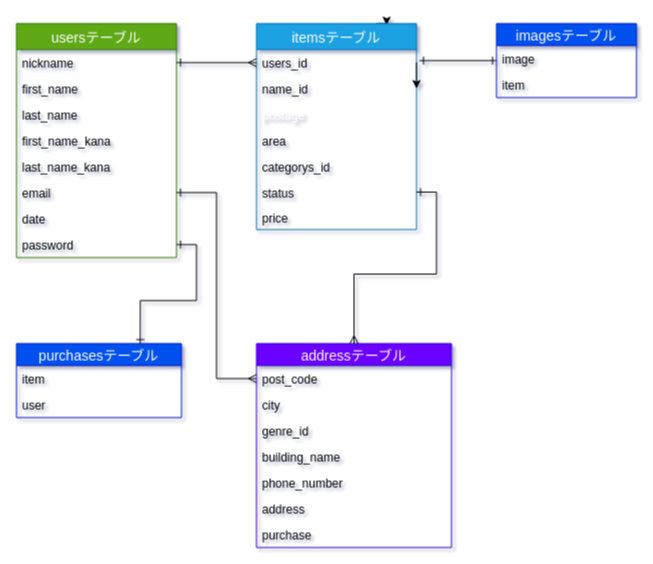
This is app/memo.dio from tomoyasuito/furima_28795, a draw.io file, before an edit. Source tidied: cells renumbered, new cells numbered last; positions are measured from the earlier drawing's top-left corner, leaving out a move shared by most shapes. Both pictures are drawn from the tidied source at 100%, with x=0, y=0 at pixel (16, 23).
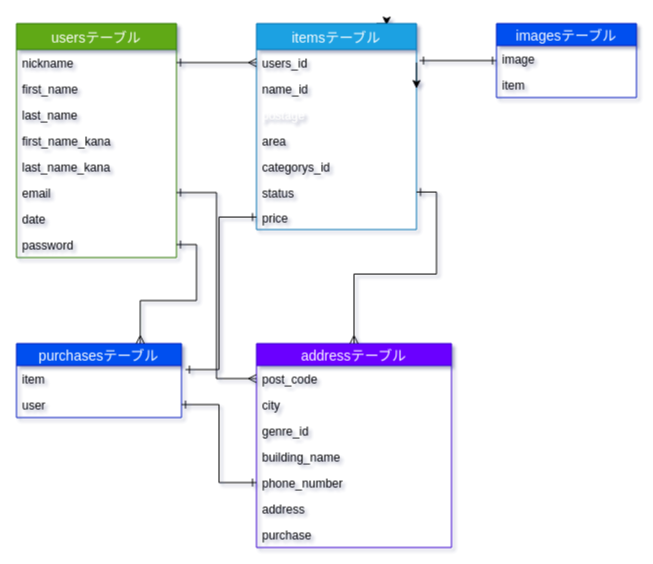
The same page after the edit.

The change refers to these unchanged cells:
```xml
<mxCell id="10" value="password" style="text;strokeColor=none;fillColor=none;spacingLeft=4;spacingRight=4;overflow=hidden;points=[[0,0.5],[1,0.5]];portConstraint=eastwest;fontSize=12;" parent="2" vertex="1">
  <mxGeometry y="208" width="160" height="26" as="geometry" />
</mxCell>
<mxCell id="20" value="price" style="text;strokeColor=none;fillColor=none;spacingLeft=4;spacingRight=4;overflow=hidden;points=[[0,0.5],[1,0.5]];portConstraint=eastwest;fontSize=12;" parent="12" vertex="1">
  <mxGeometry y="181" width="160" height="25" as="geometry" />
</mxCell>
<mxCell id="25" value="purchasesテーブル" style="swimlane;fontStyle=0;horizontal=1;startSize=22;align=center;fontSize=14;fillColor=#0050ef;strokeColor=#001DBC;fontColor=#ffffff;" parent="1" vertex="1">
  <mxGeometry y="320" width="165" height="74" as="geometry" />
</mxCell>
<mxCell id="26" value="item" style="text;strokeColor=none;fillColor=none;spacingLeft=4;spacingRight=4;overflow=hidden;points=[[0,0.5],[1,0.5]];portConstraint=eastwest;fontSize=12;" parent="25" vertex="1">
  <mxGeometry y="22" width="165" height="26" as="geometry" />
</mxCell>
<mxCell id="27" value="user" style="text;strokeColor=none;fillColor=none;spacingLeft=4;spacingRight=4;overflow=hidden;points=[[0,0.5],[1,0.5]];portConstraint=eastwest;fontSize=12;" parent="25" vertex="1">
  <mxGeometry y="48" width="165" height="26" as="geometry" />
</mxCell>
<mxCell id="33" value="phone_number" style="text;strokeColor=none;fillColor=none;spacingLeft=4;spacingRight=4;overflow=hidden;points=[[0,0.5],[1,0.5]];portConstraint=eastwest;fontSize=12;" parent="28" vertex="1">
  <mxGeometry y="126" width="195" height="26" as="geometry" />
</mxCell>
```

Change to the diagram source:
```diff
@@
-    <mxCell id="38" style="edgeStyle=orthogonalEdgeStyle;rounded=0;jettySize=auto;html=1;exitX=1;exitY=0.5;exitDx=0;exitDy=0;entryX=0.75;entryY=0;entryDx=0;entryDy=0;startArrow=ERone;startFill=0;endArrow=ERone;endFill=0;" parent="1" edge="1" source="10" target="25">
+    <mxCell id="38" style="edgeStyle=orthogonalEdgeStyle;rounded=0;jettySize=auto;html=1;exitX=1;exitY=0.5;exitDx=0;exitDy=0;entryX=0.75;entryY=0;entryDx=0;entryDy=0;startArrow=ERone;startFill=0;endArrow=ERmany;endFill=0;" parent="1" edge="1" source="10" target="25">
       <mxGeometry relative="1" as="geometry" />
     </mxCell>
@@
+    <mxCell id="40" style="edgeStyle=orthogonalEdgeStyle;rounded=0;jettySize=auto;html=1;exitX=0;exitY=0.5;exitDx=0;exitDy=0;entryX=1.024;entryY=0.154;entryDx=0;entryDy=0;entryPerimeter=0;endArrow=ERone;endFill=0;startArrow=ERone;startFill=0;" parent="1" edge="1" source="20" target="26">
+      <mxGeometry relative="1" as="geometry" />
+    </mxCell>
+    <mxCell id="41" style="edgeStyle=orthogonalEdgeStyle;rounded=0;jettySize=auto;html=1;exitX=0;exitY=0.5;exitDx=0;exitDy=0;startArrow=ERone;startFill=0;endArrow=ERone;endFill=0;" parent="1" edge="1" source="33" target="27">
+      <mxGeometry relative="1" as="geometry" />
+    </mxCell>
```
